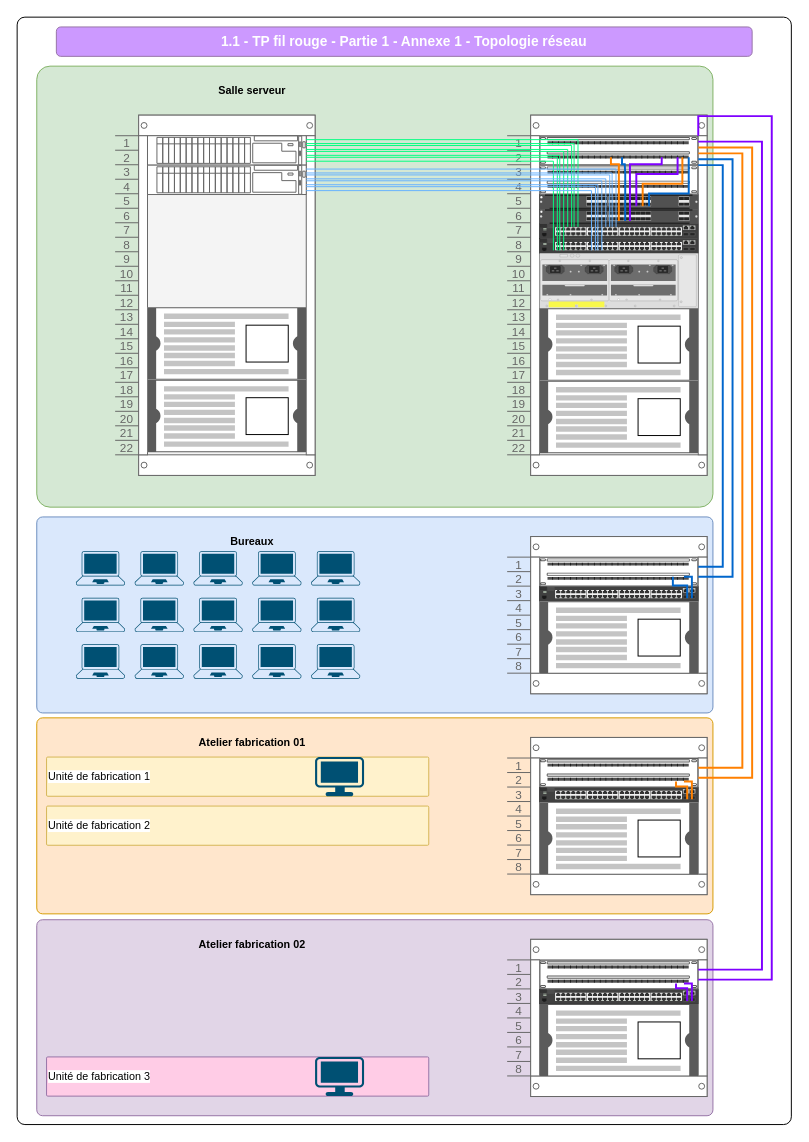
This is page "Topologie" (2 of 4) of 1-1-Materiel-physique/1.1-TP-part2.drawio from No-Name-Academy/Networking-for-noobs, a draw.io file, before an edit. Source tidied: cells renumbered, new cells numbered last; positions are measured from the earlier drawing's top-left corner, leaving out a move shared by most shapes. Both pictures are drawn from the tidied source at 98%, with x=0, y=0 at pixel (17, 17).
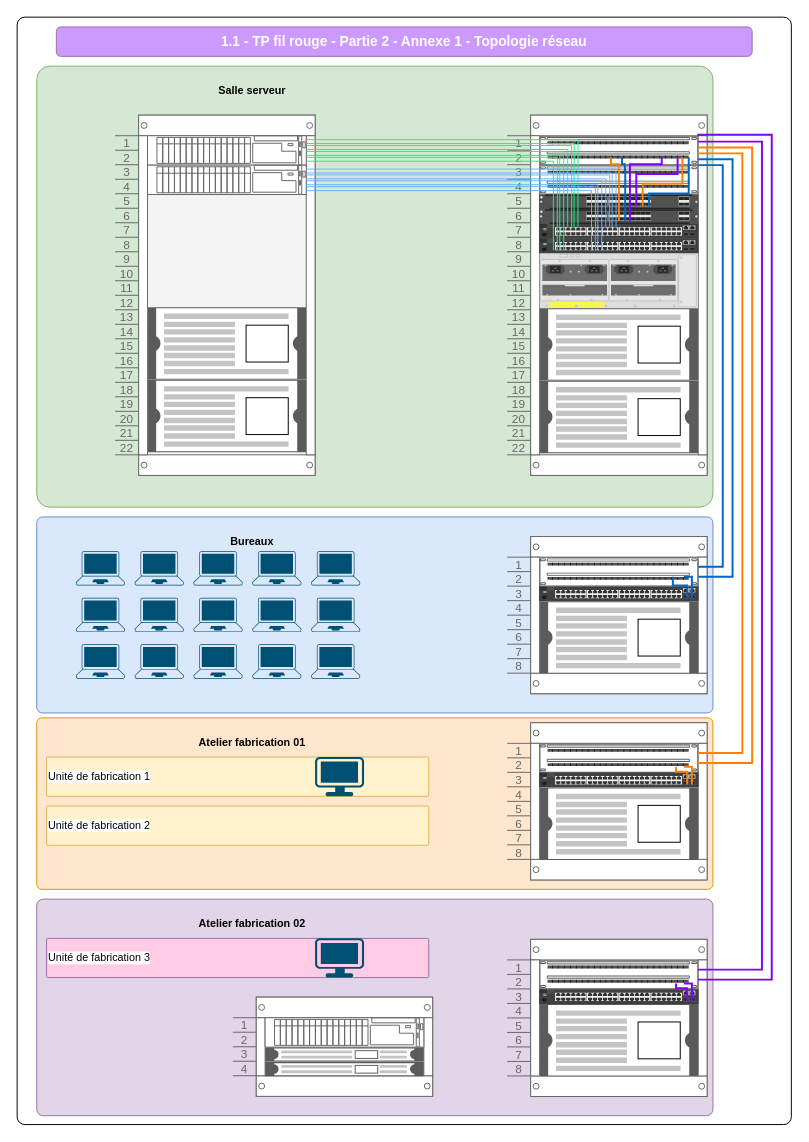
Above is the later version.

The change refers to these unchanged cells:
```xml
<mxCell id="16" style="strokeColor=#666666;html=1;labelPosition=right;align=left;spacingLeft=15;shadow=0;dashed=0;outlineConnect=0;shape=mxgraph.rack.general.cat5e_enhanced_patch_panel_48_ports;points=[[0.86,0.8,0,0,0],[0.91,0.8,0,0,0],[1,0.33,0,0,0],[1,0.67,0,0,0]];" parent="15" vertex="1">
  <mxGeometry x="33" y="21" width="162" height="30" as="geometry" />
</mxCell>
<mxCell id="22" style="strokeColor=#666666;html=1;labelPosition=right;align=left;spacingLeft=15;shadow=0;dashed=0;outlineConnect=0;shape=mxgraph.rack.general.cat5e_enhanced_patch_panel_48_ports;points=[[0.06,0.73,0,0,0],[0.1,0.73,0,0,0],[0.13,0.73,0,0,0],[0.16,0.73,0,0,0],[0.19,0.73,0,0,0],[0.23,0.73,0,0,0],[0.26,0.73,0,0,0],[0.29,0.73,0,0,0],[0.32,0.73,0,0,0],[0.35,0.73,0,0,0],[0.39,0.73,0,0,0],[0.42,0.73,0,0,0],[0.45,0.73,0,0,0],[0.48,0.73,0,0,0],[0.52,0.73,0,0,0],[0.55,0.73,0,0,0],[0.58,0.73,0,0,0],[0.61,0.73,0,0,0],[0.65,0.73,0,0,0],[0.68,0.73,0,0,0],[0.71,0.73,0,0,0],[0.74,0.73,0,0,0],[0.77,0.73,0,0,0],[0.81,0.73,0,0,0],[0.84,0.73,0,0,0],[0.87,0.73,0,0,0],[0.9,0.73,0,0,0],[0.94,0.73,0,0,0],[1,0,0,0,0],[1,0.2,0,0,0],[1,0.4,0,0,0],[1,0.6,0,0,0],[1,0.8,0,0,0],[1,1,0,0,0]];" parent="21" vertex="1">
  <mxGeometry x="33" y="21" width="162" height="30" as="geometry" />
</mxCell>
<mxCell id="79" style="strokeColor=#666666;html=1;labelPosition=right;align=left;spacingLeft=15;shadow=0;dashed=0;outlineConnect=0;shape=mxgraph.rack.general.cat5e_enhanced_patch_panel_48_ports;points=[[0.86,0.8,0,0,0],[0.91,0.8,0,0,0],[1,0.33,0,0,0],[1,0.67,0,0,0]];" parent="78" vertex="1">
  <mxGeometry x="33" y="21" width="162" height="30" as="geometry" />
</mxCell>
```

What changed in the source:
```diff
@@
-    <mxCell id="3" value="1.1 - TP fil rouge - Partie 1 - Annexe 1 - Topologie réseau" style="rounded=1;whiteSpace=wrap;html=1;fillColor=#CC99FF;strokeColor=#9673a6;fontColor=#FFFFFF;fontSize=14;fontStyle=1;" parent="1" vertex="1">
+    <mxCell id="3" value="1.1 - TP fil rouge - Partie 2 - Annexe 1 - Topologie réseau" style="rounded=1;whiteSpace=wrap;html=1;fillColor=#CC99FF;strokeColor=#9673a6;fontColor=#FFFFFF;fontSize=14;fontStyle=1;" parent="1" vertex="1">
       <mxGeometry x="40" y="10" width="710" height="30" as="geometry" />
     </mxCell>
     <mxCell id="4" style="rounded=1;whiteSpace=wrap;html=1;fontFamily=Helvetica;fontSize=11;labelBackgroundColor=default;fillColor=#ffe6cc;arcSize=3;strokeColor=#d79b00;" parent="1" vertex="1">
-      <mxGeometry x="20" y="715" width="690" height="200" as="geometry" />
+      <mxGeometry x="20" y="715" width="690" height="175" as="geometry" />
     </mxCell>
@@
     <mxCell id="15" style="strokeColor=#666666;html=1;verticalLabelPosition=bottom;labelBackgroundColor=#ffffff;verticalAlign=top;shadow=0;dashed=0;shape=mxgraph.rackGeneral.rackCabinet3;fillColor2=#f4f4f4;allowGaps=1;textColor=#666666;numDisp=ascend;" parent="1" vertex="1">
-      <mxGeometry x="500" y="735" width="204" height="160" as="geometry" />
+      <mxGeometry x="500" y="720" width="204" height="160" as="geometry" />
     </mxCell>
@@
     <mxCell id="55" style="edgeStyle=orthogonalEdgeStyle;shape=connector;rounded=0;jettySize=auto;html=1;exitX=1;exitY=0.33;exitDx=0;exitDy=0;exitPerimeter=0;entryX=1;entryY=0.6;entryDx=0;entryDy=0;entryPerimeter=0;strokeColor=#FF8000;strokeWidth=2;align=center;verticalAlign=middle;fontFamily=Helvetica;fontSize=11;fontColor=default;labelBackgroundColor=default;endArrow=none;endFill=0;" parent="1" edge="1" source="16" target="22">
       <mxGeometry relative="1" as="geometry">
         <Array as="points">
-          <mxPoint x="740" y="766" />
+          <mxPoint x="740" y="751" />
           <mxPoint x="740" y="139" />
         </Array>
       </mxGeometry>
     </mxCell>
     <mxCell id="56" style="edgeStyle=orthogonalEdgeStyle;shape=connector;rounded=0;jettySize=auto;html=1;exitX=1;exitY=0.4;exitDx=0;exitDy=0;exitPerimeter=0;entryX=1;entryY=0.67;entryDx=0;entryDy=0;entryPerimeter=0;strokeColor=#FF8000;strokeWidth=2;align=center;verticalAlign=middle;fontFamily=Helvetica;fontSize=11;fontColor=default;labelBackgroundColor=default;endArrow=none;endFill=0;" parent="1" edge="1" source="22" target="16">
       <mxGeometry relative="1" as="geometry">
         <Array as="points">
           <mxPoint x="750" y="133" />
-          <mxPoint x="750" y="776" />
+          <mxPoint x="750" y="761" />
         </Array>
       </mxGeometry>
     </mxCell>
@@
     <mxCell id="76" style="rounded=1;whiteSpace=wrap;html=1;fontFamily=Helvetica;fontSize=11;labelBackgroundColor=default;fillColor=#e1d5e7;arcSize=3;strokeColor=#9673a6;" parent="1" vertex="1">
-      <mxGeometry x="20" y="921" width="690" height="200" as="geometry" />
+      <mxGeometry x="20" y="900" width="690" height="221" as="geometry" />
     </mxCell>
     <mxCell id="77" value="Unité de fabrication 3" style="rounded=1;whiteSpace=wrap;html=1;fontFamily=Helvetica;fontSize=11;labelBackgroundColor=default;fillColor=#FFCCE6;arcSize=3;strokeColor=#9673a6;align=left;" parent="1" vertex="1">
-      <mxGeometry x="30" y="1061" width="390" height="40" as="geometry" />
+      <mxGeometry x="30" y="940" width="390" height="40" as="geometry" />
     </mxCell>
@@
     <mxCell id="84" value="Atelier fabrication 02" style="text;html=1;align=center;verticalAlign=middle;whiteSpace=wrap;rounded=0;fontFamily=Helvetica;fontSize=11;fontColor=default;labelBackgroundColor=none;fontStyle=1;" parent="1" vertex="1">
-      <mxGeometry x="50" y="931" width="380" height="30" as="geometry" />
+      <mxGeometry x="50" y="910" width="380" height="30" as="geometry" />
     </mxCell>
     <mxCell id="85" style="verticalLabelPosition=bottom;sketch=0;html=1;verticalAlign=top;align=center;shape=mxgraph.cisco19.workstation;fillColor=#005073;strokeColor=none;" parent="1" vertex="1">
-      <mxGeometry x="304" y="1061" width="50" height="40" as="geometry" />
+      <mxGeometry x="304" y="940" width="50" height="40" as="geometry" />
     </mxCell>
@@
     <mxCell id="87" style="edgeStyle=orthogonalEdgeStyle;shape=connector;rounded=0;jettySize=auto;html=1;exitX=1;exitY=0;exitDx=0;exitDy=0;exitPerimeter=0;entryX=1;entryY=0.67;entryDx=0;entryDy=0;entryPerimeter=0;strokeColor=#7F00FF;strokeWidth=2;align=center;verticalAlign=middle;fontFamily=Helvetica;fontSize=11;fontColor=default;labelBackgroundColor=default;endArrow=none;endFill=0;" parent="1" edge="1" source="22" target="79">
       <mxGeometry relative="1" as="geometry">
         <Array as="points">
-          <mxPoint x="695" y="101" />
-          <mxPoint x="770" y="101" />
+          <mxPoint x="695" y="120" />
+          <mxPoint x="770" y="120" />
           <mxPoint x="770" y="982" />
         </Array>
       </mxGeometry>
     </mxCell>
+    <mxCell id="88" style="strokeColor=#666666;html=1;verticalLabelPosition=bottom;labelBackgroundColor=#ffffff;verticalAlign=top;shadow=0;dashed=0;shape=mxgraph.rackGeneral.rackCabinet3;fillColor2=#f4f4f4;allowGaps=1;textColor=#666666;numDisp=ascend;fontFamily=Helvetica;fontSize=11;fontColor=default;" parent="1" vertex="1">
+      <mxGeometry x="220" y="1000" width="204" height="100" as="geometry" />
+    </mxCell>
+    <mxCell id="89" style="strokeColor=#666666;html=1;labelPosition=right;align=left;spacingLeft=15;shadow=0;dashed=0;shape=mxgraph.rack.dell.poweredge_r740;fontFamily=Helvetica;fontSize=11;fontColor=default;labelBackgroundColor=default;" parent="88" vertex="1">
+      <mxGeometry x="33" y="21" width="162" height="30" as="geometry" />
+    </mxCell>
+    <mxCell id="90" style="shape=mxgraph.rack.apc.apc_smart_ups_750_va_1u;html=1;labelPosition=right;align=left;spacingLeft=15;dashed=0;shadow=0;fillColor=#ffffff;fontFamily=Helvetica;fontSize=11;fontColor=default;labelBackgroundColor=default;" parent="88" vertex="1">
+      <mxGeometry x="33" y="51" width="162" height="15" as="geometry" />
+    </mxCell>
+    <mxCell id="91" style="shape=mxgraph.rack.apc.apc_smart_ups_750_va_1u;html=1;labelPosition=right;align=left;spacingLeft=15;dashed=0;shadow=0;fillColor=#ffffff;fontFamily=Helvetica;fontSize=11;fontColor=default;labelBackgroundColor=default;" parent="88" vertex="1">
+      <mxGeometry x="33" y="66" width="162" height="15" as="geometry" />
+    </mxCell>
```
